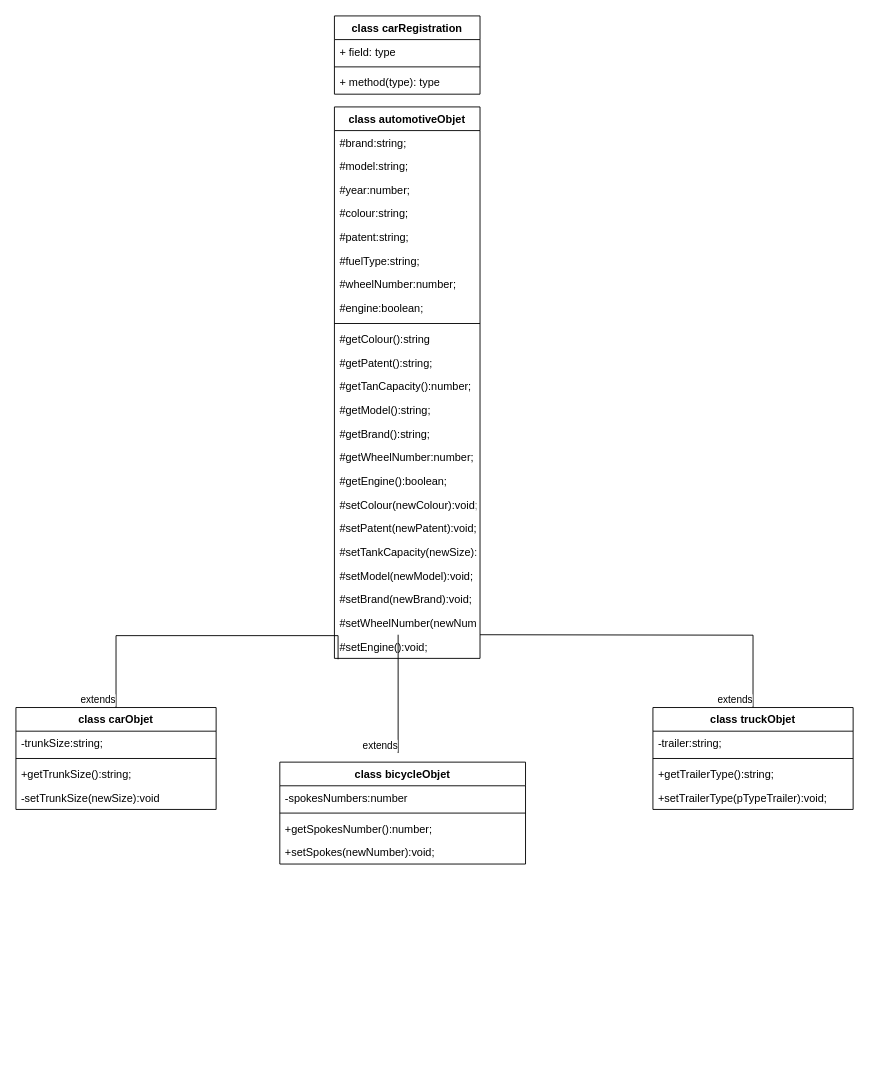
Earlier version of the draw.io diagram 2022-09-21/Diagrama sin título.drawio (Arturo-Blanco/POO). Source tidied: cells renumbered, new cells numbered last; positions are measured from the earlier drawing's top-left corner, leaving out a move shared by most shapes. Both pictures are drawn from the tidied source at 91%, with x=0, y=0 at pixel (15, 15).
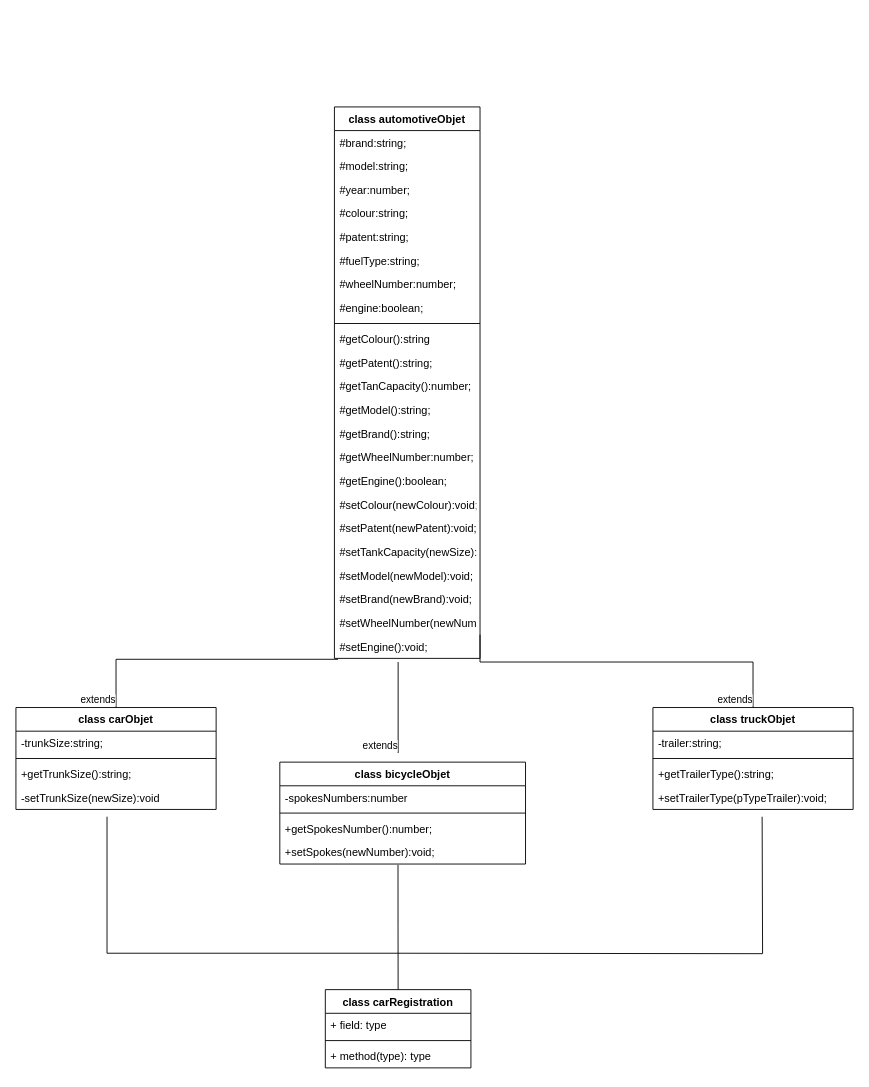
Above is the later version.

Unchanged cells that the change refers to:
```xml
<mxCell id="29" value="#setEngine():void;" style="text;strokeColor=none;fillColor=none;align=left;verticalAlign=top;spacingLeft=4;spacingRight=4;overflow=hidden;points=[[0,0.5],[1,0.5]];portConstraint=eastwest;" parent="6" vertex="1">
  <mxGeometry y="580" width="160" height="26" as="geometry" />
</mxCell>
<mxCell id="30" value="class carObjet" style="swimlane;fontStyle=1;align=center;verticalAlign=top;horizontal=1;startSize=26;" parent="1" vertex="1">
  <mxGeometry y="760" width="220" height="112" as="geometry" />
</mxCell>
<mxCell id="34" value="-setTrunkSize(newSize):void" style="text;strokeColor=none;fillColor=none;align=left;verticalAlign=top;spacingLeft=4;spacingRight=4;overflow=hidden;points=[[0,0.5],[1,0.5]];portConstraint=eastwest;" parent="30" vertex="1">
  <mxGeometry y="86" width="220" height="26" as="geometry" />
</mxCell>
<mxCell id="39" value="+setSpokes(newNumber):void;" style="text;strokeColor=none;fillColor=none;align=left;verticalAlign=top;spacingLeft=4;spacingRight=4;overflow=hidden;points=[[0,0.5],[1,0.5]];portConstraint=eastwest;" parent="35" vertex="1">
  <mxGeometry y="86" width="270" height="26" as="geometry" />
</mxCell>
<mxCell id="40" value="class truckObjet" style="swimlane;fontStyle=1;align=center;verticalAlign=top;horizontal=1;startSize=26;" parent="1" vertex="1">
  <mxGeometry x="700" y="760" width="220" height="112" as="geometry" />
</mxCell>
```

Diff of the diagram source:
```diff
@@
     <mxCell id="2" value="class carRegistration" style="swimlane;fontStyle=1;align=center;verticalAlign=top;horizontal=1;startSize=26;" parent="1" vertex="1">
-      <mxGeometry x="350" width="160" height="86" as="geometry" />
+      <mxGeometry x="340" y="1070" width="160" height="86" as="geometry" />
     </mxCell>
@@
     <mxCell id="45" style="endArrow=none;html=1;edgeStyle=orthogonalEdgeStyle;rounded=0;entryX=0.5;entryY=0;entryDx=0;entryDy=0;" parent="1" edge="1" target="40">
       <mxGeometry relative="1" as="geometry">
         <mxPoint x="510" y="680" as="sourcePoint" />
+        <Array as="points">
+          <mxPoint x="510" y="710" />
+          <mxPoint x="810" y="710" />
+        </Array>
       </mxGeometry>
     </mxCell>
@@
     <mxCell id="47" style="endArrow=none;html=1;edgeStyle=orthogonalEdgeStyle;rounded=0;exitX=0.025;exitY=1.038;exitDx=0;exitDy=0;exitPerimeter=0;entryX=0.5;entryY=0;entryDx=0;entryDy=0;" parent="1" edge="1" source="29" target="30">
       <mxGeometry relative="1" as="geometry">
         <Array as="points">
-          <mxPoint x="110" y="681" />
+          <mxPoint x="110" y="707" />
         </Array>
       </mxGeometry>
     </mxCell>
@@
     <mxCell id="49" style="endArrow=none;html=1;edgeStyle=orthogonalEdgeStyle;rounded=0;" parent="1" edge="1">
       <mxGeometry relative="1" as="geometry">
-        <mxPoint x="420" y="680" as="sourcePoint" />
+        <mxPoint x="420" y="710" as="sourcePoint" />
         <mxPoint x="420" y="810" as="targetPoint" />
       </mxGeometry>
     </mxCell>
@@
+    <mxCell id="51" style="endArrow=none;html=1;edgeStyle=orthogonalEdgeStyle;rounded=0;entryX=0.5;entryY=0;entryDx=0;entryDy=0;exitX=0.481;exitY=1.038;exitDx=0;exitDy=0;exitPerimeter=0;" parent="1" edge="1" source="39" target="2">
+      <mxGeometry relative="1" as="geometry" />
+    </mxCell>
+    <mxCell id="52" style="endArrow=none;html=1;edgeStyle=orthogonalEdgeStyle;rounded=0;exitX=0.455;exitY=1.308;exitDx=0;exitDy=0;exitPerimeter=0;" parent="1" edge="1" source="34">
+      <mxGeometry relative="1" as="geometry">
+        <mxPoint x="420" y="1030" as="targetPoint" />
+        <Array as="points">
+          <mxPoint x="100" y="1030" />
+        </Array>
+      </mxGeometry>
+    </mxCell>
+    <mxCell id="53" style="endArrow=none;html=1;edgeStyle=orthogonalEdgeStyle;rounded=0;" parent="1" edge="1">
+      <mxGeometry relative="1" as="geometry">
+        <mxPoint x="420" y="1030" as="sourcePoint" />
+        <mxPoint x="820" y="880" as="targetPoint" />
+      </mxGeometry>
+    </mxCell>
```
